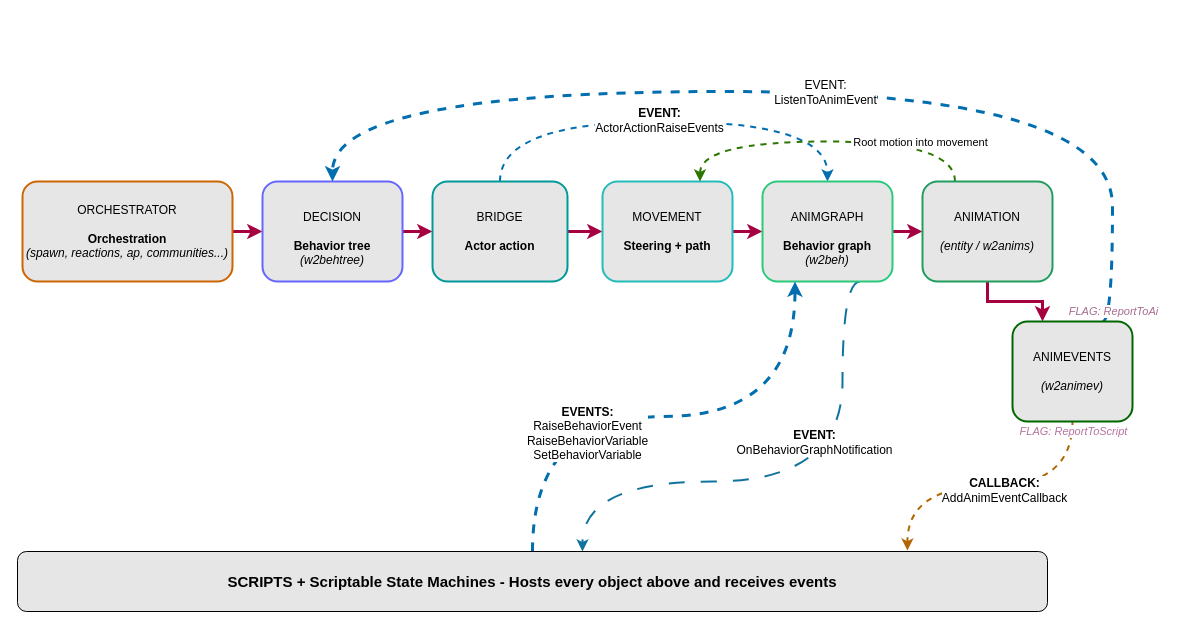
This is docs/assets/diagrams/en/unofficial_docs/base/behavior/behavior_eventsmap.drawio from redkit-resources/docs, a draw.io file, before an edit. Source tidied: cells renumbered, new cells numbered last; positions are measured from the earlier drawing's top-left corner, leaving out a move shared by most shapes. Both pictures are drawn from the tidied source at 100%, with x=0, y=0 at pixel (17, 91).
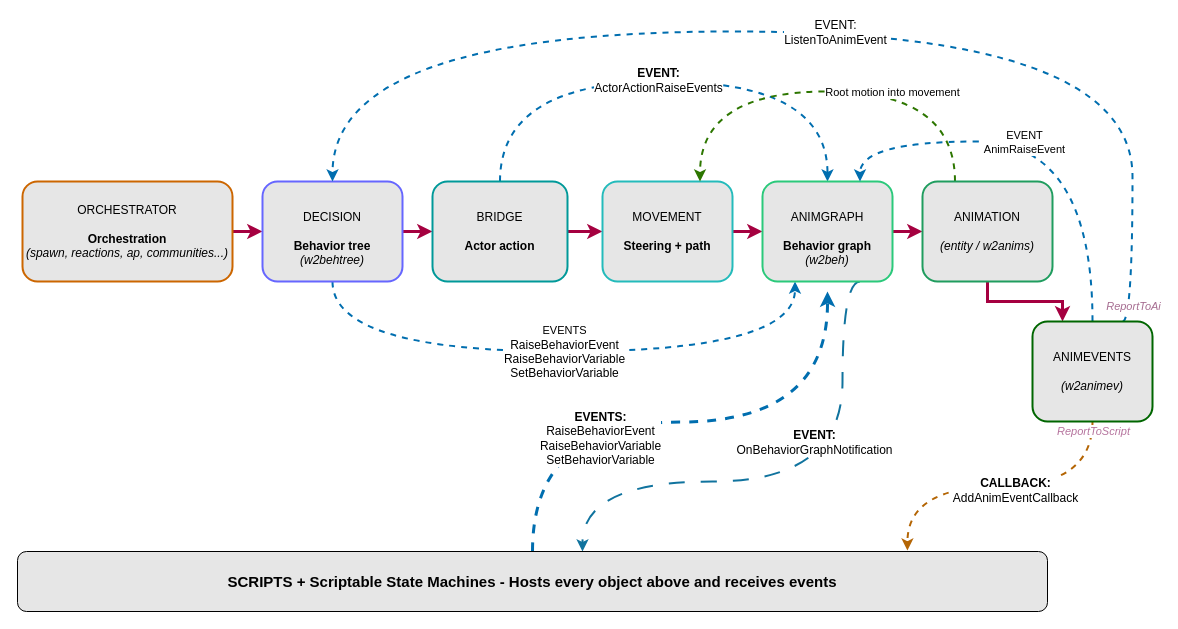
Above is the later version.

Commit message (it also covers changes not shown here):
Behavior eventsmap updated with missing events paths

The change refers to these unchanged cells:
```xml
<mxCell id="5" value="&lt;div&gt;&lt;br&gt;&lt;/div&gt;&lt;div&gt;DECISION&lt;/div&gt;&lt;br&gt;&lt;div&gt;&lt;b&gt;Behavior tree&lt;/b&gt;&lt;/div&gt;&lt;i&gt;(w2behtree)&lt;/i&gt;" style="whiteSpace=wrap;html=1;strokeColor=light-dark(#6666FF,#6666FF);rounded=1;strokeWidth=2;fillColor=light-dark(#E6E6E6,#1E2129);" parent="1" vertex="1">
  <mxGeometry x="245" y="90" width="140" height="100" as="geometry" />
</mxCell>
<mxCell id="9" value="BRIDGE&lt;br class=&quot;Apple-interchange-newline&quot;&gt;&lt;div&gt;&lt;br&gt;&lt;/div&gt;&lt;b&gt;Actor action&lt;/b&gt;" style="whiteSpace=wrap;html=1;strokeColor=light-dark(#009999,#009999);rounded=1;strokeWidth=2;fillColor=light-dark(#E6E6E6,#1E2129);" parent="1" vertex="1">
  <mxGeometry x="415" y="90" width="135" height="100" as="geometry" />
</mxCell>
<mxCell id="11" value="&lt;div&gt;&lt;br&gt;&lt;/div&gt;&lt;div&gt;MOVEMENT&lt;/div&gt;&lt;br&gt;&lt;b&gt;Steering + path&lt;/b&gt;&lt;div&gt;&lt;br&gt;&lt;/div&gt;" style="whiteSpace=wrap;html=1;strokeColor=light-dark(#24BBBB,#33FFFF);rounded=1;strokeWidth=2;fillColor=light-dark(#E6E6E6,#1E2129);" parent="1" vertex="1">
  <mxGeometry x="585" y="90" width="130" height="100" as="geometry" />
</mxCell>
<mxCell id="15" value="&lt;div&gt;&lt;br&gt;&lt;/div&gt;&lt;div&gt;ANIMGRAPH&lt;/div&gt;&lt;div&gt;&lt;br&gt;&lt;/div&gt;&lt;div&gt;&lt;b&gt;Behavior graph&lt;/b&gt;&lt;/div&gt;&lt;i&gt;(w2beh)&lt;/i&gt;" style="whiteSpace=wrap;html=1;strokeColor=light-dark(#2BC97B,#33FF99);rounded=1;strokeWidth=2;fillColor=light-dark(#E6E6E6,#1E2129);" parent="1" vertex="1">
  <mxGeometry x="745" y="90" width="130" height="100" as="geometry" />
</mxCell>
<mxCell id="19" value="&lt;div&gt;ANIMATION&lt;/div&gt;&lt;div&gt;&lt;br&gt;&lt;/div&gt;&lt;div&gt;&lt;i&gt;(entity / w2anims)&lt;/i&gt;&lt;/div&gt;" style="whiteSpace=wrap;html=1;strokeColor=light-dark(#209D5F,#33FF99);rounded=1;strokeWidth=2;fillColor=light-dark(#E6E6E6,#1E2129);" parent="1" vertex="1">
  <mxGeometry x="905" y="90" width="130" height="100" as="geometry" />
</mxCell>
<mxCell id="20" style="edgeStyle=orthogonalEdgeStyle;rounded=0;jettySize=auto;html=1;entryX=0.864;entryY=-0.016;entryDx=0;entryDy=0;dashed=1;curved=1;fillColor=#fad7ac;strokeColor=#b46504;strokeWidth=2;entryPerimeter=0;" parent="1" edge="1" source="26" target="29">
  <mxGeometry relative="1" as="geometry" />
</mxCell>
<mxCell id="29" value="&lt;font style=&quot;font-size: 15px;&quot;&gt;&lt;b&gt;SCRIPTS + Scriptable State Machines - Hosts every object above and receives events&lt;/b&gt;&lt;/font&gt;" style="rounded=1;whiteSpace=wrap;html=1;strokeWidth=1;fillColor=light-dark(#E6E6E6,#1E2129);gradientColor=none;" parent="1" vertex="1">
  <mxGeometry y="460" width="1030" height="60" as="geometry" />
</mxCell>
```

Diff of the diagram source:
```diff
@@
+    <mxCell id="30" style="edgeStyle=orthogonalEdgeStyle;rounded=0;jettySize=auto;html=1;entryX=0.25;entryY=1;entryDx=0;entryDy=0;exitX=0.5;exitY=1;exitDx=0;exitDy=0;dashed=1;curved=1;strokeWidth=2;fillColor=#1ba1e2;strokeColor=#006EAF;" parent="1" edge="1" source="5" target="15">
+      <mxGeometry relative="1" as="geometry">
+        <Array as="points">
+          <mxPoint x="315" y="260" />
+          <mxPoint x="778" y="260" />
+        </Array>
+      </mxGeometry>
+    </mxCell>
+    <mxCell id="31" value="EVENTS&lt;div&gt;&lt;span style=&quot;font-size: 12px;&quot;&gt;&lt;span style=&quot;background-color: light-dark(rgb(255, 255, 255), rgb(230, 230, 230));&quot;&gt;&lt;font style=&quot;color: light-dark(rgb(0, 0, 0), rgb(26, 26, 26));&quot;&gt;RaiseBehaviorEvent&lt;/font&gt;&lt;br&gt;&lt;/span&gt;&lt;span style=&quot;background-color: light-dark(rgb(255, 255, 255), rgb(230, 230, 230));&quot;&gt;&lt;font style=&quot;color: light-dark(rgb(0, 0, 0), rgb(26, 26, 26));&quot;&gt;RaiseBehaviorVariable&lt;/font&gt;&lt;/span&gt;&lt;/span&gt;&lt;br&gt;&lt;span style=&quot;font-size: 12px; background-color: light-dark(rgb(255, 255, 255), rgb(230, 230, 230));&quot;&gt;&lt;font style=&quot;color: light-dark(rgb(0, 0, 0), rgb(26, 26, 26));&quot;&gt;SetBehaviorVariable&lt;/font&gt;&lt;/span&gt;&lt;/div&gt;" style="edgeLabel;html=1;align=center;verticalAlign=middle;labelBackgroundColor=light-dark(#FFFFFF,#1E2129);" parent="30" vertex="1">
+      <mxGeometry x="0.09" y="4" relative="1" as="geometry">
+        <mxPoint x="-27" y="4" as="offset" />
+      </mxGeometry>
+    </mxCell>
@@
     <mxCell id="7" style="edgeStyle=orthogonalEdgeStyle;rounded=0;jettySize=auto;html=1;exitX=0.5;exitY=0;exitDx=0;exitDy=0;entryX=0.5;entryY=0;entryDx=0;entryDy=0;dashed=1;strokeWidth=2;curved=1;fillColor=#1ba1e2;strokeColor=#006EAF;" parent="1" edge="1" source="9" target="15">
       <mxGeometry relative="1" as="geometry">
         <Array as="points">
-          <mxPoint x="483" y="30" />
-          <mxPoint x="810" y="30" />
+          <mxPoint x="483" y="-10" />
+          <mxPoint x="810" y="-10" />
         </Array>
       </mxGeometry>
     </mxCell>
@@
     <mxCell id="17" style="edgeStyle=orthogonalEdgeStyle;rounded=0;jettySize=auto;html=1;exitX=0.25;exitY=0;exitDx=0;exitDy=0;entryX=0.75;entryY=0;entryDx=0;entryDy=0;dashed=1;curved=1;strokeWidth=2;fillColor=#60a917;strokeColor=#2D7600;" parent="1" edge="1" source="19" target="11">
       <mxGeometry relative="1" as="geometry">
         <Array as="points">
-          <mxPoint x="938" y="50" />
-          <mxPoint x="683" y="50" />
+          <mxPoint x="938" />
+          <mxPoint x="683" />
         </Array>
       </mxGeometry>
     </mxCell>
     <mxCell id="18" value="Root motion into movement" style="edgeLabel;html=1;align=center;verticalAlign=middle;" parent="17" vertex="1">
       <mxGeometry x="-0.33" y="1" relative="1" as="geometry">
-        <mxPoint x="37" y="-1" as="offset" />
+        <mxPoint x="-7" y="-1" as="offset" />
       </mxGeometry>
     </mxCell>
@@
-    <mxCell id="21" value="&lt;i&gt;FLAG: ReportToScript&lt;/i&gt;&lt;b&gt;&lt;/b&gt;" style="edgeLabel;html=1;align=center;verticalAlign=middle;fontColor=#B5739D;labelBackgroundColor=light-dark(#FFFFFF,#1E2129);" parent="20" vertex="1">
+    <mxCell id="21" value="&lt;i&gt;ReportToScript&lt;/i&gt;&lt;b&gt;&lt;/b&gt;" style="edgeLabel;html=1;align=center;verticalAlign=middle;fontColor=#B5739D;labelBackgroundColor=light-dark(#FFFFFF,#1E2129);" parent="20" vertex="1">
       <mxGeometry x="-0.94" relative="1" as="geometry" />
     </mxCell>
@@
-    <mxCell id="23" style="edgeStyle=orthogonalEdgeStyle;rounded=0;jettySize=auto;html=1;exitX=0.75;exitY=0;exitDx=0;exitDy=0;entryX=0.5;entryY=0;entryDx=0;entryDy=0;dashed=1;curved=1;strokeWidth=3;fillColor=#1ba1e2;strokeColor=#006EAF;" parent="1" edge="1" source="26" target="5">
+    <mxCell id="23" style="edgeStyle=orthogonalEdgeStyle;rounded=0;jettySize=auto;html=1;exitX=0.75;exitY=0;exitDx=0;exitDy=0;entryX=0.5;entryY=0;entryDx=0;entryDy=0;dashed=1;curved=1;strokeWidth=2;fillColor=#1ba1e2;strokeColor=#006EAF;" parent="1" edge="1" source="26" target="5">
       <mxGeometry relative="1" as="geometry">
         <Array as="points">
-          <mxPoint x="1095" y="230" />
-          <mxPoint x="1095" />
-          <mxPoint x="315" />
+          <mxPoint x="1115" y="230" />
+          <mxPoint x="1115" y="-60" />
+          <mxPoint x="315" y="-60" />
         </Array>
       </mxGeometry>
     </mxCell>
-    <mxCell id="24" value="&lt;i style=&quot;color: rgb(166, 109, 145); background-color: light-dark(rgb(255, 255, 255), rgb(30, 33, 41));&quot;&gt;FLAG: ReportToAi&lt;/i&gt;" style="edgeLabel;html=1;align=center;verticalAlign=middle;" parent="23" vertex="1">
+    <mxCell id="24" value="&lt;div&gt;&lt;i style=&quot;color: rgb(166, 109, 145); background-color: light-dark(rgb(255, 255, 255), rgb(30, 33, 41));&quot;&gt;ReportToAi&lt;/i&gt;&lt;/div&gt;" style="edgeLabel;html=1;align=center;verticalAlign=middle;" parent="23" vertex="1">
       <mxGeometry x="-0.94" y="4" relative="1" as="geometry">
         <mxPoint x="4" y="12" as="offset" />
       </mxGeometry>
     </mxCell>
@@
+    <mxCell id="32" style="edgeStyle=orthogonalEdgeStyle;rounded=0;jettySize=auto;html=1;exitX=0.5;exitY=0;exitDx=0;exitDy=0;entryX=0.75;entryY=0;entryDx=0;entryDy=0;curved=1;fillColor=#1ba1e2;strokeColor=#006EAF;strokeWidth=2;dashed=1;" parent="1" edge="1" source="26" target="15">
+      <mxGeometry relative="1" as="geometry">
+        <Array as="points">
+          <mxPoint x="1075" y="50" />
+          <mxPoint x="843" y="50" />
+        </Array>
+      </mxGeometry>
+    </mxCell>
+    <mxCell id="33" value="EVENT&lt;div&gt;&lt;span style=&quot;background-color: light-dark(rgb(255, 255, 255), rgb(230, 230, 230));&quot;&gt;&lt;font style=&quot;color: light-dark(rgb(0, 0, 0), rgb(26, 26, 26));&quot;&gt;AnimRaiseEvent&lt;/font&gt;&lt;/span&gt;&lt;br&gt;&lt;/div&gt;" style="edgeLabel;html=1;align=center;verticalAlign=middle;labelBackgroundColor=light-dark(#FFFFFF,#1E2129);" parent="32" vertex="1">
+      <mxGeometry x="0.18" y="5" relative="1" as="geometry">
+        <mxPoint x="18" y="-5" as="offset" />
+      </mxGeometry>
+    </mxCell>
     <mxCell id="26" value="ANIMEVENTS&lt;br&gt;&lt;br&gt;&lt;i&gt;(w2animev)&lt;/i&gt;" style="whiteSpace=wrap;html=1;strokeColor=light-dark(#006600,#006600);rounded=1;strokeWidth=2;fillColor=light-dark(#E6E6E6,#1E2129);gradientColor=none;" parent="1" vertex="1">
-      <mxGeometry x="995" y="230" width="120" height="100" as="geometry" />
+      <mxGeometry x="1015" y="230" width="120" height="100" as="geometry" />
     </mxCell>
-    <mxCell id="27" style="edgeStyle=orthogonalEdgeStyle;rounded=0;jettySize=auto;html=1;entryX=0.25;entryY=1;entryDx=0;entryDy=0;dashed=1;fillColor=#1ba1e2;strokeColor=#006EAF;curved=1;strokeWidth=3;" parent="1" edge="1" source="29" target="15">
-      <mxGeometry relative="1" as="geometry" />
+    <mxCell id="27" style="edgeStyle=orthogonalEdgeStyle;rounded=0;jettySize=auto;html=1;dashed=1;fillColor=#1ba1e2;strokeColor=#006EAF;curved=1;strokeWidth=3;" parent="1" edge="1" source="29">
+      <mxGeometry relative="1" as="geometry">
+        <mxPoint x="810" y="200" as="targetPoint" />
+      </mxGeometry>
     </mxCell>
```
